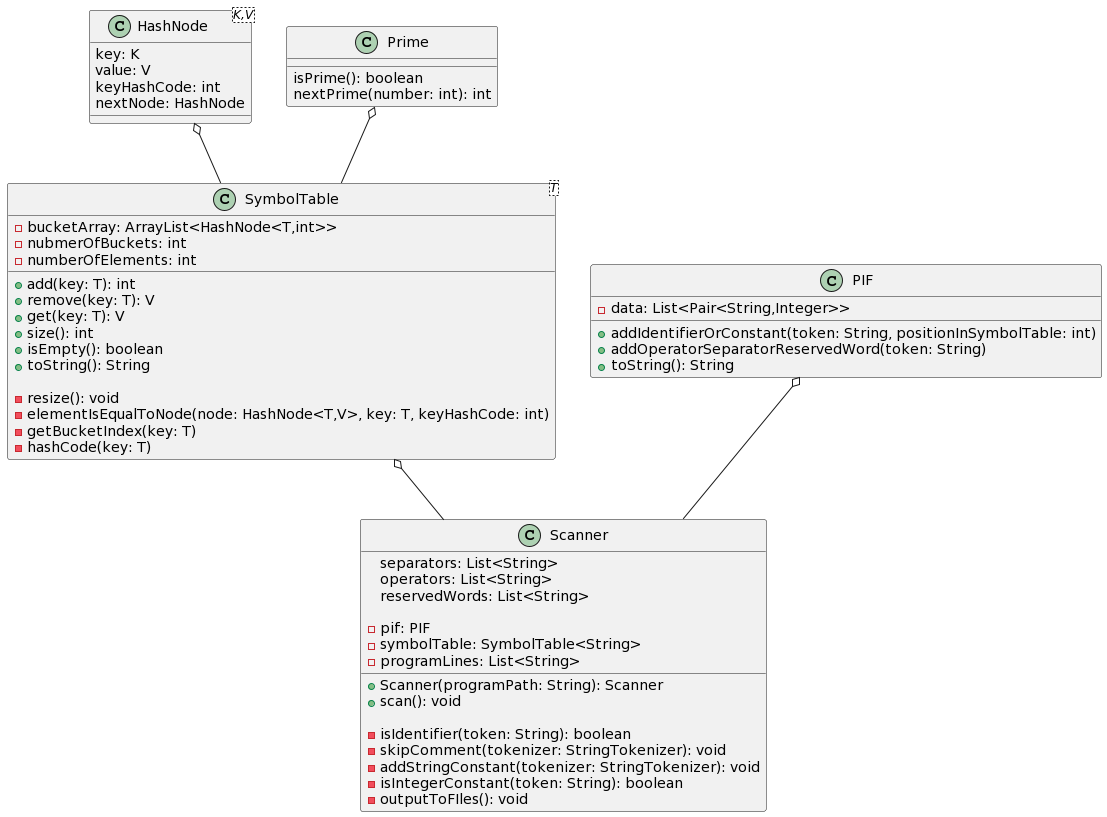
Before: Lab2/class_diagram.png, a diagram exported from PlantUML (Gabarsolon/FLCD). Its diagram source:
```plantuml
@startuml
class HashNode<K,V>{
  key: K
  value: V
  keyHashCode: int
  nextNode: HashNode
}

class Prime{
  isPrime(): boolean
  nextPrime(number: int): int
}

class SymbolTable<T>{
  -bucketArray: ArrayList<HashNode<T,int>>
  -nubmerOfBuckets: int
  -numberOfElements: int

  +add(key: T): int
  +remove(key: T): V
  +get(key: T): V
  +size(): int
  +isEmpty(): boolean
  +toString(): String

  -resize(): void
  -elementIsEqualToNode(node: HashNode<T,V>, key: T, keyHashCode: int)
  -getBucketIndex(key: T)
  -hashCode(key: T)

}

class PIF{
  -data: List<Pair<String,Integer>>

  +addIdentifierOrConstant(token: String, positionInSymbolTable: int)
  +addOperatorSeparatorReservedWord(token: String)
  +toString(): String

}

class Scanner{
 separators: List<String>
 operators: List<String>
 reservedWords: List<String>

 -pif: PIF
 -symbolTable: SymbolTable<String>
 -programLines: List<String>

  +Scanner(programPath: String): Scanner
  +scan(): void

 -isIdentifier(token: String): boolean
 -skipComment(tokenizer: StringTokenizer): void
 -addStringConstant(tokenizer: StringTokenizer): void
 -isIntegerConstant(token: String): boolean
 -outputToFIles(): void



}

HashNode o-- SymbolTable
Prime o-- SymbolTable
PIF o-- Scanner
SymbolTable o-- Scanner
@enduml
```
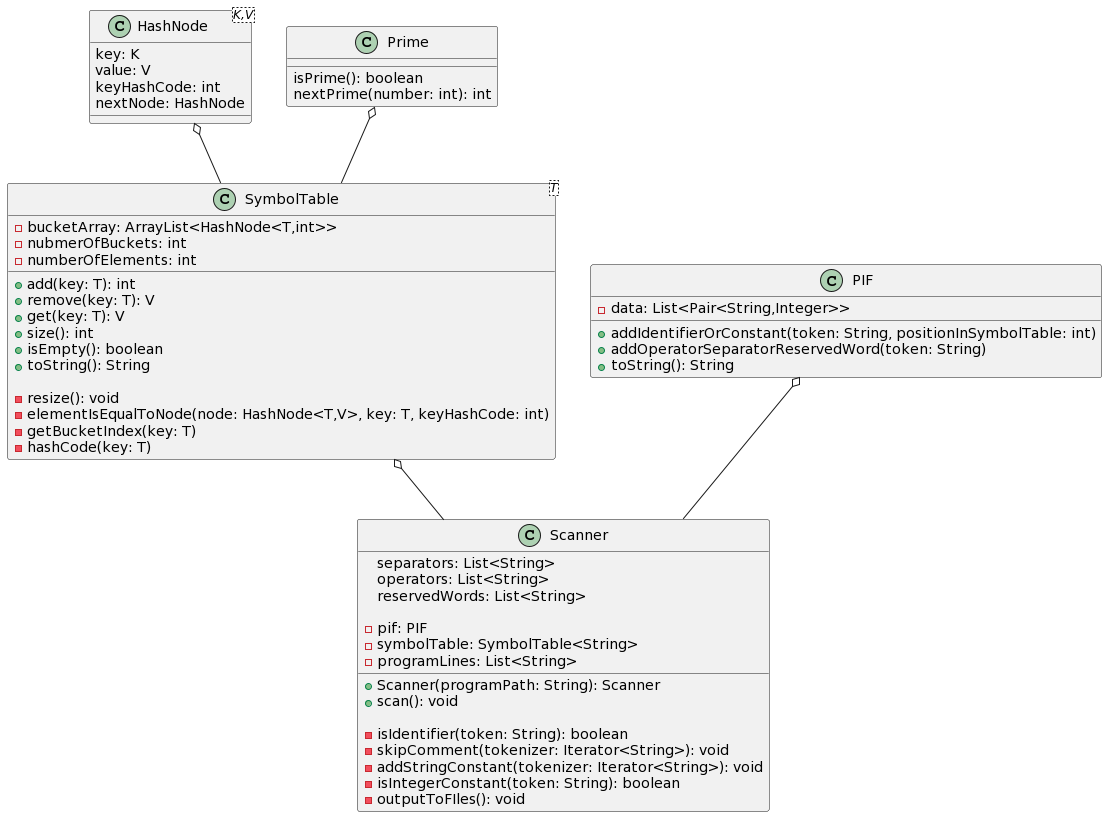
Above is the later version.

The edit, as a diff of the source:
```diff
@@ -52,8 +52,8 @@
   +scan(): void
 
  -isIdentifier(token: String): boolean
- -skipComment(tokenizer: StringTokenizer): void
- -addStringConstant(tokenizer: StringTokenizer): void
+ -skipComment(tokenizer: Iterator<String>): void
+ -addStringConstant(tokenizer: Iterator<String>): void
  -isIntegerConstant(token: String): boolean
  -outputToFIles(): void
 
```
